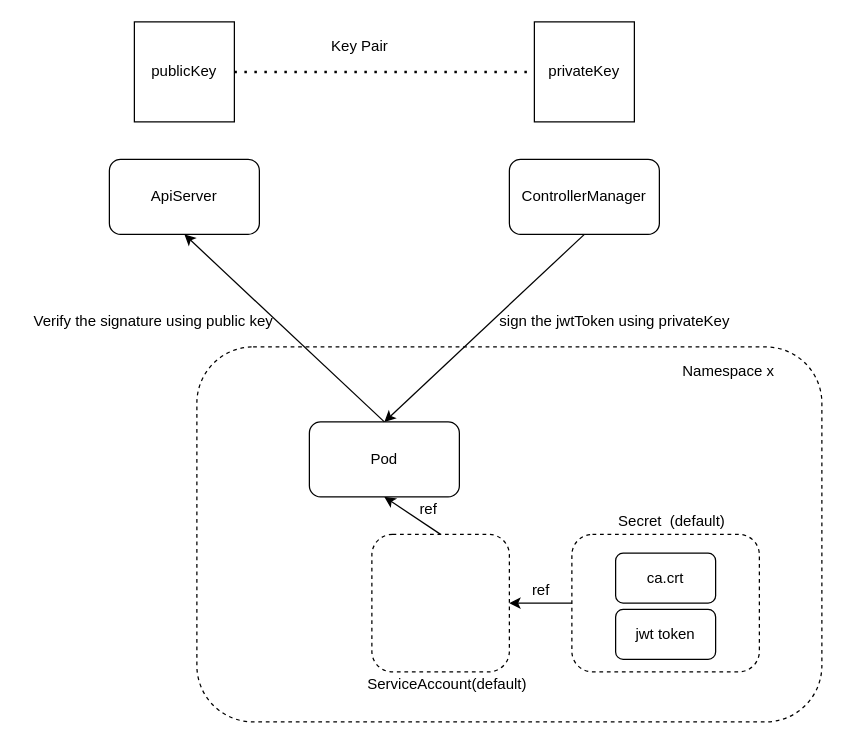
This is k8s_pod_token.drawio from chxianen/girSkills, a draw.io file, before an edit. Source tidied: cells renumbered, new cells numbered last; positions are measured from the earlier drawing's top-left corner, leaving out a move shared by most shapes. Both pictures are drawn from the tidied source at 125%, with x=0, y=0 at pixel (21, 21).
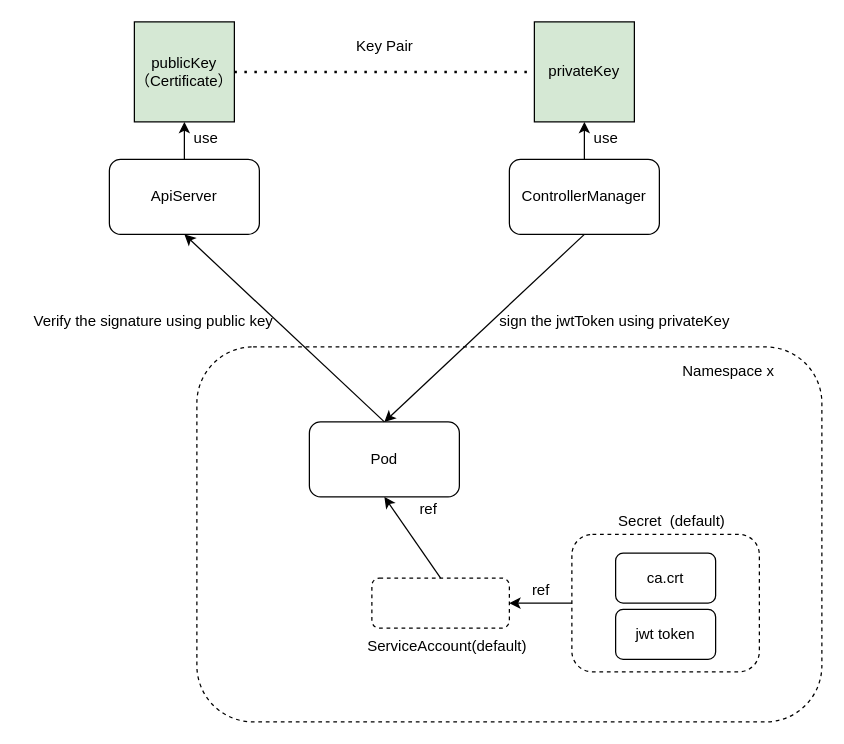
The same page after the edit.

The change refers to these unchanged cells:
```xml
<mxCell id="5" value="ApiServer" style="rounded=1;whiteSpace=wrap;html=1;" parent="1" vertex="1">
  <mxGeometry x="70" y="110" width="120" height="60" as="geometry" />
</mxCell>
```

The edit, as a diff of the source:
```diff
@@
     <mxCell id="3" style="rounded=1;whiteSpace=wrap;html=1;dashed=1;" parent="1" vertex="1">
-      <mxGeometry x="280" y="410" width="110" height="110" as="geometry" />
+      <mxGeometry x="280" y="445" width="110" height="40" as="geometry" />
     </mxCell>
@@
-    <mxCell id="7" value="publicKey" style="whiteSpace=wrap;html=1;" parent="1" vertex="1">
+    <mxCell id="7" value="publicKey&lt;br&gt;（Certificate）" style="whiteSpace=wrap;html=1;fillColor=#D5E8D4;" parent="1" vertex="1">
       <mxGeometry x="90" width="80" height="80" as="geometry" />
     </mxCell>
-    <mxCell id="8" value="privateKey" style="whiteSpace=wrap;html=1;" parent="1" vertex="1">
+    <mxCell id="8" value="privateKey" style="whiteSpace=wrap;html=1;fillColor=#D5E8D4;" parent="1" vertex="1">
       <mxGeometry x="410" width="80" height="80" as="geometry" />
     </mxCell>
@@
     <mxCell id="15" value="ServiceAccount(default)" style="text;html=1;align=center;verticalAlign=middle;strokeColor=none;fillColor=none;" parent="1" vertex="1">
-      <mxGeometry x="270" y="520" width="140" height="20" as="geometry" />
+      <mxGeometry x="270" y="490" width="140" height="20" as="geometry" />
     </mxCell>
@@
     <mxCell id="23" value="Key Pair" style="text;html=1;align=center;verticalAlign=middle;strokeColor=none;fillColor=none;" parent="1" vertex="1">
-      <mxGeometry x="240" y="10" width="60" height="20" as="geometry" />
+      <mxGeometry x="260" y="10" width="60" height="20" as="geometry" />
     </mxCell>
@@
+    <mxCell id="25" style="endArrow=classic;html=1;rounded=0;exitX=0.5;exitY=0;exitDx=0;exitDy=0;" parent="1" edge="1" source="5" target="7">
+      <mxGeometry relative="1" as="geometry" />
+    </mxCell>
+    <mxCell id="26" value="use" style="text;html=1;align=center;verticalAlign=middle;strokeColor=none;fillColor=none;" parent="1" vertex="1">
+      <mxGeometry x="132" y="83" width="30" height="20" as="geometry" />
+    </mxCell>
+    <mxCell id="27" style="endArrow=classic;html=1;rounded=0;exitX=0.5;exitY=0;exitDx=0;exitDy=0;" parent="1" edge="1">
+      <mxGeometry relative="1" as="geometry">
+        <mxPoint x="450" y="110" as="sourcePoint" />
+        <mxPoint x="450" y="80" as="targetPoint" />
+      </mxGeometry>
+    </mxCell>
+    <mxCell id="28" value="use" style="text;html=1;align=center;verticalAlign=middle;strokeColor=none;fillColor=none;" parent="1" vertex="1">
+      <mxGeometry x="452" y="83" width="30" height="20" as="geometry" />
+    </mxCell>
```
